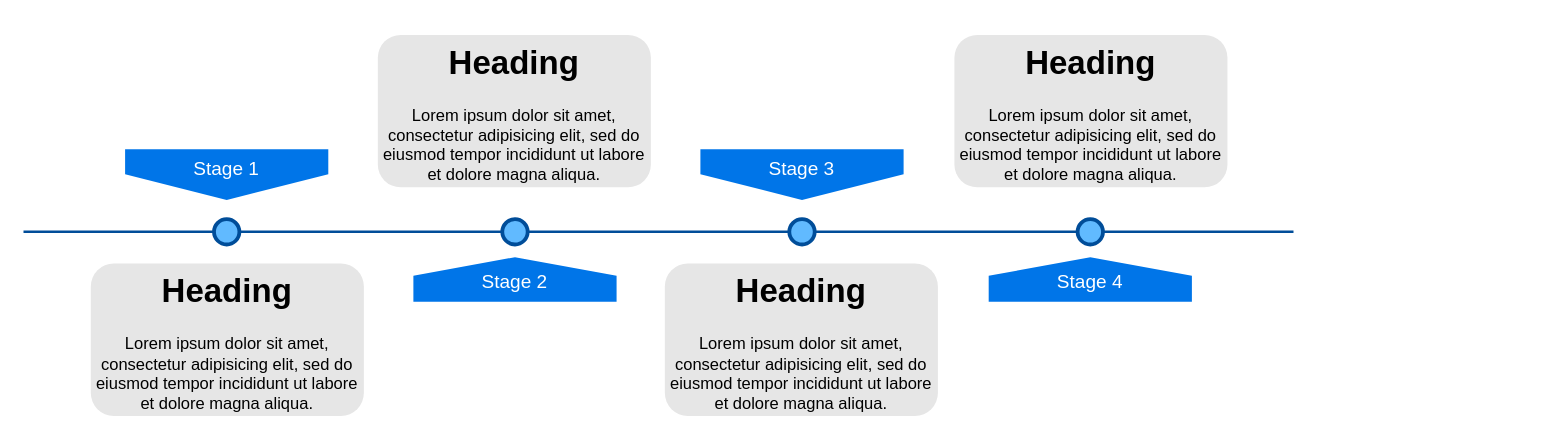
Manav-Khandurie/drawio keeps this draw.io diagram as Untitled Diagram.drawio. Above is the earlier version. Source tidied: cells renumbered, new cells numbered last; positions are measured from the earlier drawing's top-left corner, leaving out a move shared by most shapes. Both pictures are drawn from the tidied source at 127%, with x=0, y=0 at pixel (23, 34). Pictures stored in the file or linked from it are replaced by grey dashed boxes.
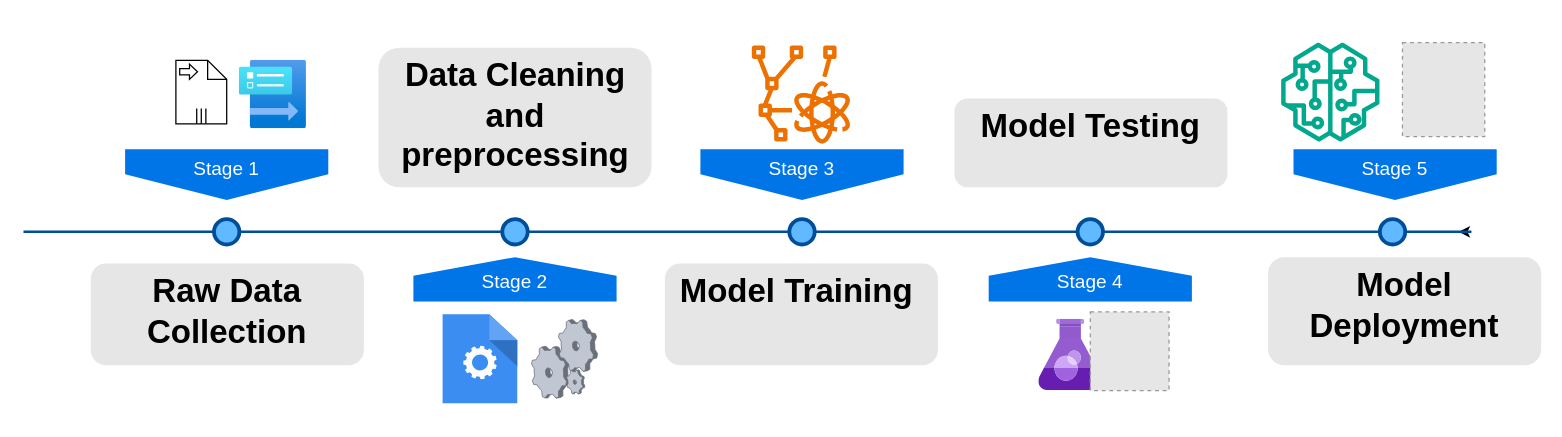
The same diagram, later.

Change to the diagram source:
```diff
@@
+    <mxCell id="15" style="edgeStyle=orthogonalEdgeStyle;rounded=0;jettySize=auto;html=1;exitX=1;exitY=0.5;exitDx=0;exitDy=0;exitPerimeter=0;" parent="1" edge="1" source="2">
+      <mxGeometry relative="1" as="geometry">
+        <mxPoint x="1130" y="155" as="targetPoint" />
+      </mxGeometry>
+    </mxCell>
     <mxCell id="2" style="line;strokeWidth=2;html=1;fillColor=none;fontSize=28;fontColor=#004D99;strokeColor=#004D99;" parent="1" vertex="1">
-      <mxGeometry y="150" width="1000" height="10" as="geometry" />
+      <mxGeometry y="150" width="1140" height="10" as="geometry" />
     </mxCell>
@@
-    <mxCell id="11" value="&lt;h1&gt;Heading&lt;/h1&gt;&lt;p&gt;Lorem ipsum dolor sit amet, consectetur adipisicing elit, sed do eiusmod tempor incididunt ut labore et dolore magna aliqua.&lt;/p&gt;" style="text;html=1;spacing=5;spacingTop=-20;whiteSpace=wrap;overflow=hidden;strokeColor=none;strokeWidth=3;fillColor=#E6E6E6;fontSize=13;fontColor=#000000;align=center;rounded=1;" parent="1" vertex="1">
-      <mxGeometry x="53" y="180" width="215" height="120" as="geometry" />
+    <mxCell id="11" value="&lt;h1&gt;Raw Data Collection&lt;/h1&gt;" style="text;html=1;spacing=5;spacingTop=-20;whiteSpace=wrap;overflow=hidden;strokeColor=none;strokeWidth=3;fillColor=#E6E6E6;fontSize=13;fontColor=#000000;align=center;rounded=1;" parent="1" vertex="1">
+      <mxGeometry x="53" y="180" width="215" height="80" as="geometry" />
     </mxCell>
-    <mxCell id="12" value="&lt;h1&gt;Heading&lt;/h1&gt;&lt;p&gt;Lorem ipsum dolor sit amet, consectetur adipisicing elit, sed do eiusmod tempor incididunt ut labore et dolore magna aliqua.&lt;/p&gt;" style="text;html=1;spacing=5;spacingTop=-20;whiteSpace=wrap;overflow=hidden;strokeColor=none;strokeWidth=3;fillColor=#E6E6E6;fontSize=13;fontColor=#000000;align=center;rounded=1;" parent="1" vertex="1">
-      <mxGeometry x="279" width="215" height="120" as="geometry" />
+    <mxCell id="12" value="&lt;h1&gt;Data Cleaning and preprocessing&lt;/h1&gt;" style="text;html=1;spacing=5;spacingTop=-20;whiteSpace=wrap;overflow=hidden;strokeColor=none;strokeWidth=3;fillColor=#E6E6E6;fontSize=13;fontColor=#000000;align=center;rounded=1;" parent="1" vertex="1">
+      <mxGeometry x="279.5" y="10" width="215" height="110" as="geometry" />
     </mxCell>
-    <mxCell id="13" value="&lt;h1&gt;Heading&lt;/h1&gt;&lt;p&gt;Lorem ipsum dolor sit amet, consectetur adipisicing elit, sed do eiusmod tempor incididunt ut labore et dolore magna aliqua.&lt;/p&gt;" style="text;html=1;spacing=5;spacingTop=-20;whiteSpace=wrap;overflow=hidden;strokeColor=none;strokeWidth=3;fillColor=#E6E6E6;fontSize=13;fontColor=#000000;align=center;rounded=1;" parent="1" vertex="1">
-      <mxGeometry x="505" y="180" width="215" height="120" as="geometry" />
+    <mxCell id="13" value="&lt;h1&gt;Model Training&amp;nbsp;&lt;/h1&gt;" style="text;html=1;spacing=5;spacingTop=-20;whiteSpace=wrap;overflow=hidden;strokeColor=none;strokeWidth=3;fillColor=#E6E6E6;fontSize=13;fontColor=#000000;align=center;rounded=1;" parent="1" vertex="1">
+      <mxGeometry x="505" y="180" width="215" height="80" as="geometry" />
     </mxCell>
-    <mxCell id="14" value="&lt;h1&gt;Heading&lt;/h1&gt;&lt;p&gt;Lorem ipsum dolor sit amet, consectetur adipisicing elit, sed do eiusmod tempor incididunt ut labore et dolore magna aliqua.&lt;/p&gt;" style="text;html=1;spacing=5;spacingTop=-20;whiteSpace=wrap;overflow=hidden;strokeColor=none;strokeWidth=3;fillColor=#E6E6E6;fontSize=13;fontColor=#000000;align=center;rounded=1;" parent="1" vertex="1">
-      <mxGeometry x="733" width="215" height="120" as="geometry" />
+    <mxCell id="14" value="&lt;h1&gt;Model Testing&lt;/h1&gt;" style="text;html=1;spacing=5;spacingTop=-20;whiteSpace=wrap;overflow=hidden;strokeColor=none;strokeWidth=3;fillColor=#E6E6E6;fontSize=13;fontColor=#000000;align=center;rounded=1;" parent="1" vertex="1">
+      <mxGeometry x="733" y="50" width="215" height="70" as="geometry" />
     </mxCell>
+    <mxCell id="16" value="&lt;span&gt;Stage 5&lt;/span&gt;" style="shape=offPageConnector;whiteSpace=wrap;html=1;fillColor=#0075E8;fontSize=15;fontColor=#FFFFFF;size=0.5093750000000015;verticalAlign=top;strokeColor=none;" parent="1" vertex="1">
+      <mxGeometry x="1000" y="90" width="160" height="40" as="geometry" />
+    </mxCell>
+    <mxCell id="17" value="&lt;h1&gt;Model Deployment&lt;/h1&gt;" style="text;html=1;spacing=5;spacingTop=-20;whiteSpace=wrap;overflow=hidden;strokeColor=none;strokeWidth=3;fillColor=#E6E6E6;fontSize=13;fontColor=#000000;align=center;rounded=1;" parent="1" vertex="1">
+      <mxGeometry x="980" y="175" width="215" height="85" as="geometry" />
+    </mxCell>
+    <mxCell id="18" style="shape=mxgraph.bpmn.data;labelPosition=center;verticalLabelPosition=bottom;align=center;verticalAlign=top;size=15;html=1;bpmnTransferType=input;isCollection=1;" parent="1" vertex="1">
+      <mxGeometry x="120" y="20" width="40" height="50" as="geometry" />
+    </mxCell>
+    <mxCell id="19" style="image;html=1;align=center;fontSize=12;image=img/lib/azure2/other/Data_Collection_Rules.svg;" parent="1" vertex="1">
+      <mxGeometry x="170" y="20" width="52.9" height="54" as="geometry" />
+    </mxCell>
+    <mxCell id="20" style="sketch=0;html=1;strokeColor=none;shadow=0;fillColor=#3B8DF1;verticalAlign=top;labelPosition=center;verticalLabelPosition=bottom;shape=mxgraph.gcp2.process;" parent="1" vertex="1">
+      <mxGeometry x="330" y="220" width="58.8" height="70" as="geometry" />
+    </mxCell>
+    <mxCell id="21" style="verticalLabelPosition=bottom;sketch=0;html=1;verticalAlign=top;strokeColor=none;align=center;shape=mxgraph.citrix.process;" parent="1" vertex="1">
+      <mxGeometry x="400" y="224" width="52" height="62" as="geometry" />
+    </mxCell>
+    <mxCell id="22" style="sketch=0;fontColor=#232F3E;gradientColor=none;fillColor=#01A88D;strokeColor=none;dashed=0;verticalLabelPosition=bottom;verticalAlign=top;align=center;html=1;fontSize=12;fontStyle=0;shape=mxgraph.aws4.sagemaker_model;" parent="1" vertex="1">
+      <mxGeometry x="990" y="6" width="78" height="78" as="geometry" />
+    </mxCell>
+    <mxCell id="23" style="fillColor=#E6E6E6;strokeColor=#999999;dashed=1;html=1;verticalLabelPosition=bottom;labelBackgroundColor=#ffffff;verticalAlign=top;" parent="1" vertex="1">
+      <mxGeometry x="1085.8" y="6" width="64.8" height="74" as="geometry" />
+    </mxCell>
+    <mxCell id="24" style="ellipse;whiteSpace=wrap;html=1;fillColor=#61BAFF;fontSize=28;fontColor=#004D99;strokeWidth=3;strokeColor=#004D99;" parent="1" vertex="1">
+      <mxGeometry x="1068" y="145" width="20" height="20" as="geometry" />
+    </mxCell>
+    <mxCell id="25" style="image;sketch=0;html=1;align=center;fontSize=12;image=img/lib/mscae/Azure_Test_Plans.svg;" parent="1" vertex="1">
+      <mxGeometry x="799.6" y="224" width="50.4" height="56" as="geometry" />
+    </mxCell>
+    <mxCell id="26" style="fillColor=#E6E6E6;strokeColor=#999999;dashed=1;html=1;verticalAlign=top;verticalLabelPosition=bottom;labelBackgroundColor=#ffffff;" parent="1" vertex="1">
+      <mxGeometry x="840" y="218" width="62" height="62" as="geometry" />
+    </mxCell>
+    <mxCell id="27" style="sketch=0;fontColor=#232F3E;gradientColor=none;fillColor=#ED7100;strokeColor=none;dashed=0;verticalLabelPosition=bottom;verticalAlign=top;align=center;html=1;fontSize=12;fontStyle=0;shape=mxgraph.aws4.braket_tensor_network;" parent="1" vertex="1">
+      <mxGeometry x="573.5" y="8" width="78" height="78" as="geometry" />
+    </mxCell>
```
